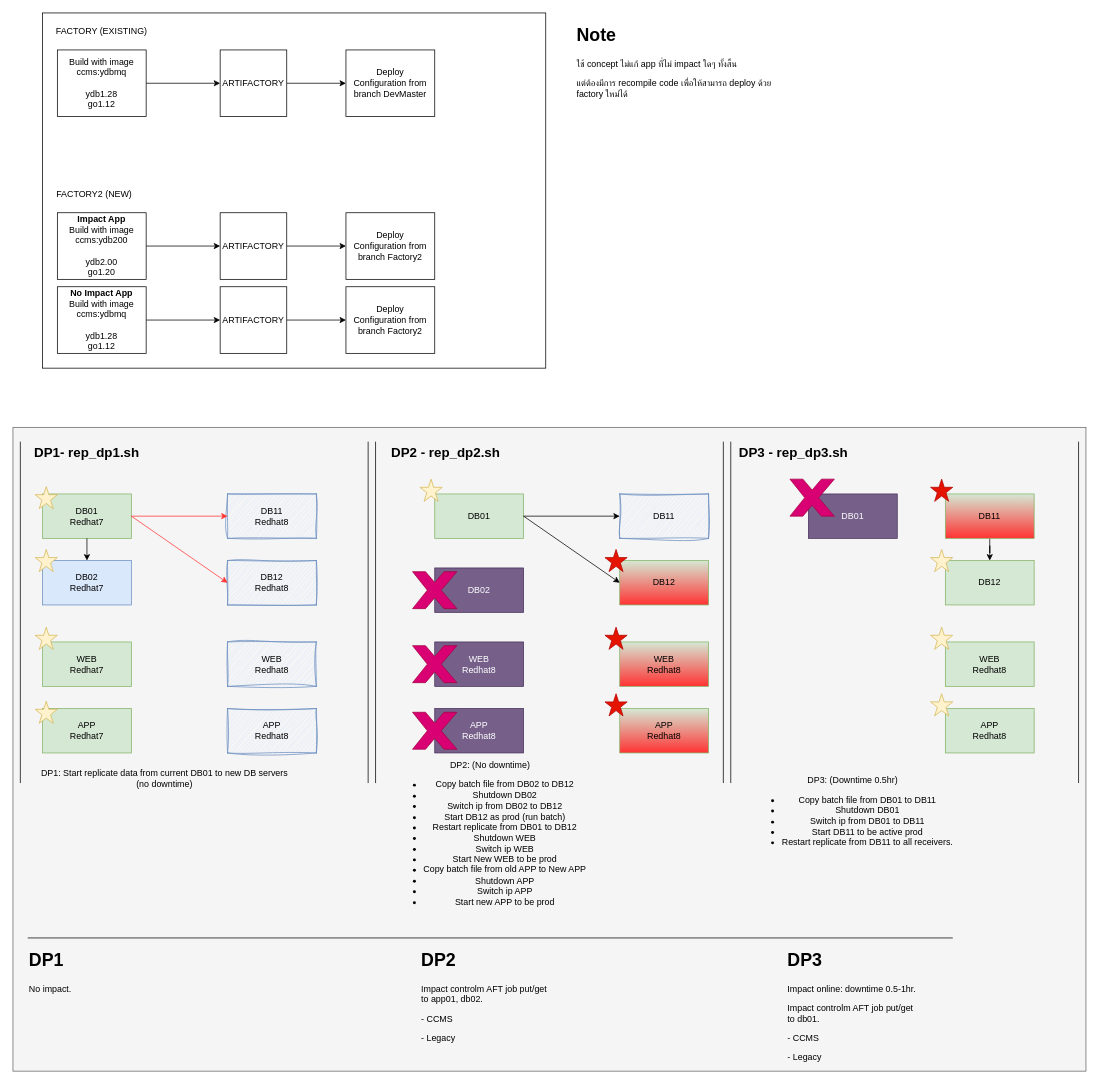
Before: page "EOS LINUX" (3 of 5) of CCMS_Project.drawio in chawaratr/drawio, a draw.io diagram. Source tidied: cells renumbered, new cells numbered last; positions are measured from the earlier drawing's top-left corner, leaving out a move shared by most shapes. Both pictures are drawn from the tidied source at 74%, with x=0, y=0 at pixel (13, 13).
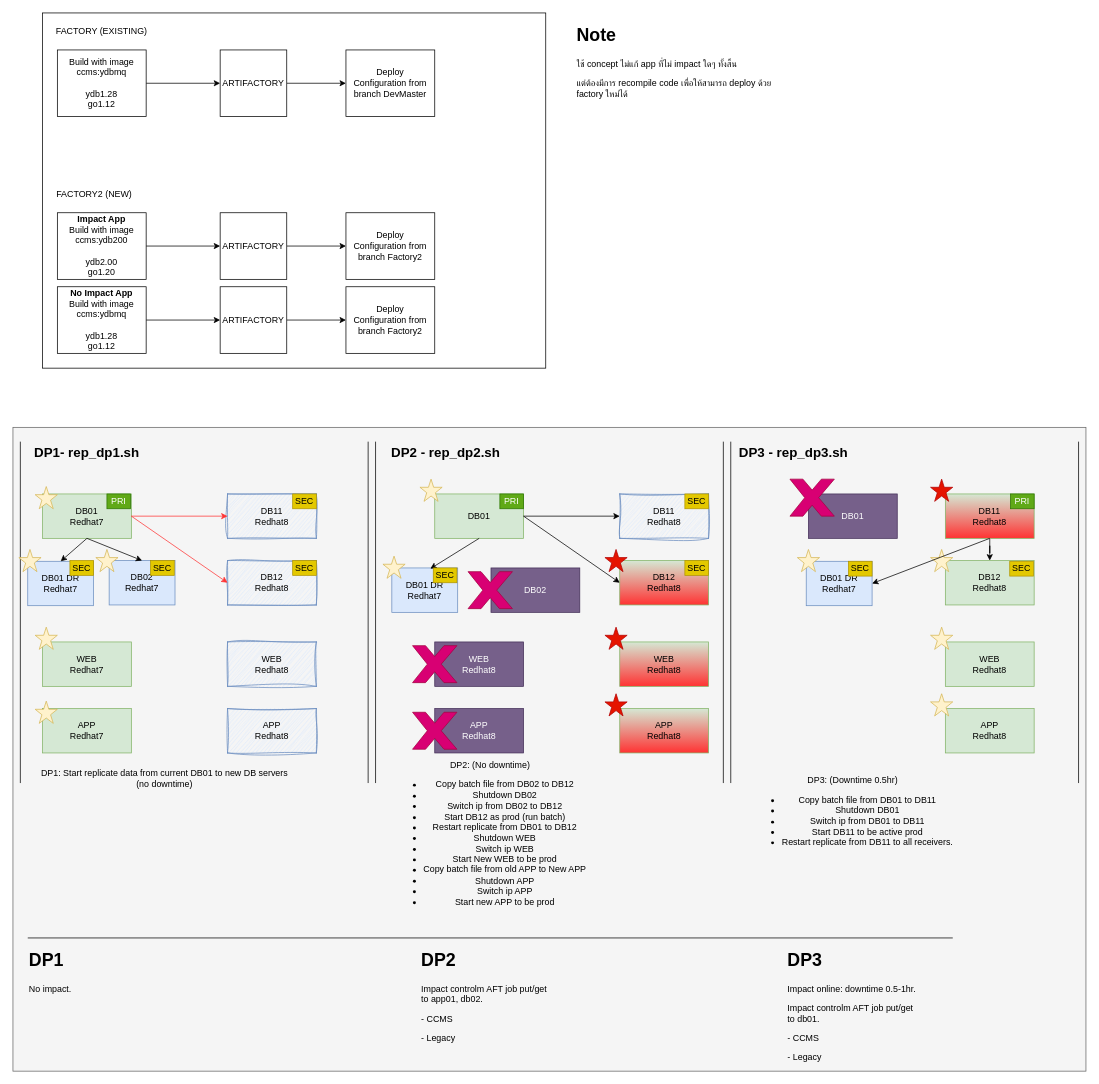
After the change.

Commit message:
add PRI SEC

The change refers to these unchanged cells:
```xml
<mxCell id="25" value="DB01&lt;div&gt;Redhat7&lt;/div&gt;" style="rounded=0;whiteSpace=wrap;html=1;fillColor=#d5e8d4;strokeColor=#82b366;" parent="1" vertex="1">
  <mxGeometry x="40" y="650" width="120" height="60" as="geometry" />
</mxCell>
<mxCell id="32" value="DB01" style="rounded=0;whiteSpace=wrap;html=1;fillColor=#d5e8d4;strokeColor=#82b366;" parent="1" vertex="1">
  <mxGeometry x="570" y="650" width="120" height="60" as="geometry" />
</mxCell>
```

What changed in the source:
```diff
@@
     <mxCell id="26" value="DB02&lt;div&gt;Redhat7&lt;/div&gt;" style="rounded=0;whiteSpace=wrap;html=1;fillColor=#dae8fc;strokeColor=#6c8ebf;" parent="1" vertex="1">
-      <mxGeometry x="40" y="740" width="120" height="60" as="geometry" />
+      <mxGeometry x="130" y="740" width="89" height="60" as="geometry" />
     </mxCell>
@@
-    <mxCell id="33" value="DB11" style="rounded=0;whiteSpace=wrap;html=1;fillColor=#dae8fc;strokeColor=#6c8ebf;sketch=1;curveFitting=1;jiggle=2;" parent="1" vertex="1">
+    <mxCell id="33" value="DB11&lt;div&gt;Redhat8&lt;/div&gt;" style="rounded=0;whiteSpace=wrap;html=1;fillColor=#dae8fc;strokeColor=#6c8ebf;sketch=1;curveFitting=1;jiggle=2;" parent="1" vertex="1">
       <mxGeometry x="820" y="650" width="120" height="60" as="geometry" />
     </mxCell>
-    <mxCell id="34" value="DB12" style="rounded=0;whiteSpace=wrap;html=1;fillColor=#d5e8d4;strokeColor=#82b366;gradientColor=#FF3333;" parent="1" vertex="1">
+    <mxCell id="34" value="DB12&lt;div&gt;Redhat8&lt;/div&gt;" style="rounded=0;whiteSpace=wrap;html=1;fillColor=#d5e8d4;strokeColor=#82b366;gradientColor=#FF3333;" parent="1" vertex="1">
       <mxGeometry x="820" y="740" width="120" height="60" as="geometry" />
     </mxCell>
@@
-    <mxCell id="40" value="DB11" style="rounded=0;whiteSpace=wrap;html=1;fillColor=#d5e8d4;strokeColor=#82b366;gradientColor=#FF3333;" parent="1" vertex="1">
+    <mxCell id="40" value="DB11&lt;div&gt;Redhat8&lt;/div&gt;" style="rounded=0;whiteSpace=wrap;html=1;fillColor=#d5e8d4;strokeColor=#82b366;gradientColor=#FF3333;" parent="1" vertex="1">
       <mxGeometry x="1260" y="650" width="120" height="60" as="geometry" />
     </mxCell>
-    <mxCell id="41" value="DB12" style="rounded=0;whiteSpace=wrap;html=1;fillColor=#d5e8d4;strokeColor=#82b366;" parent="1" vertex="1">
+    <mxCell id="41" value="DB12&lt;div&gt;Redhat8&lt;/div&gt;" style="rounded=0;whiteSpace=wrap;html=1;fillColor=#d5e8d4;strokeColor=#82b366;" parent="1" vertex="1">
       <mxGeometry x="1260" y="740" width="120" height="60" as="geometry" />
     </mxCell>
@@
     <mxCell id="45" value="DB02" style="rounded=0;whiteSpace=wrap;html=1;fillColor=#76608a;strokeColor=#432D57;fontColor=#ffffff;" parent="1" vertex="1">
-      <mxGeometry x="570" y="750" width="120" height="60" as="geometry" />
+      <mxGeometry x="646" y="750" width="120" height="60" as="geometry" />
     </mxCell>
     <mxCell id="46" style="verticalLabelPosition=bottom;verticalAlign=top;html=1;shape=mxgraph.basic.x;fillColor=#d80073;strokeColor=#A50040;fontColor=#ffffff;" parent="1" vertex="1">
-      <mxGeometry x="540" y="755" width="60" height="50" as="geometry" />
+      <mxGeometry x="615" y="755" width="60" height="50" as="geometry" />
     </mxCell>
@@
     <mxCell id="50" style="verticalLabelPosition=bottom;verticalAlign=top;html=1;shape=mxgraph.basic.star;fillColor=#fff2cc;strokeColor=#d6b656;" parent="1" vertex="1">
-      <mxGeometry x="30" y="725" width="30" height="30" as="geometry" />
+      <mxGeometry x="112" y="725" width="30" height="30" as="geometry" />
     </mxCell>
@@
+    <mxCell id="78" value="DB01 DR&lt;br&gt;&lt;div&gt;Redhat7&lt;/div&gt;" style="rounded=0;whiteSpace=wrap;html=1;fillColor=#dae8fc;strokeColor=#6c8ebf;" parent="1" vertex="1">
+      <mxGeometry x="20" y="741" width="89" height="60" as="geometry" />
+    </mxCell>
+    <mxCell id="79" style="verticalLabelPosition=bottom;verticalAlign=top;html=1;shape=mxgraph.basic.star;fillColor=#fff2cc;strokeColor=#d6b656;" parent="1" vertex="1">
+      <mxGeometry x="8" y="725" width="30" height="30" as="geometry" />
+    </mxCell>
+    <mxCell id="80" style="endArrow=classic;html=1;rounded=0;exitX=0.5;exitY=1;exitDx=0;exitDy=0;entryX=0.5;entryY=0;entryDx=0;entryDy=0;" parent="1" edge="1" source="25" target="78">
+      <mxGeometry relative="1" as="geometry" />
+    </mxCell>
+    <mxCell id="81" value="DB01 DR&lt;br&gt;&lt;div&gt;Redhat7&lt;/div&gt;" style="rounded=0;whiteSpace=wrap;html=1;fillColor=#dae8fc;strokeColor=#6c8ebf;" parent="1" vertex="1">
+      <mxGeometry x="512" y="750" width="89" height="60" as="geometry" />
+    </mxCell>
+    <mxCell id="82" style="verticalLabelPosition=bottom;verticalAlign=top;html=1;shape=mxgraph.basic.star;fillColor=#fff2cc;strokeColor=#d6b656;" parent="1" vertex="1">
+      <mxGeometry x="500" y="734" width="30" height="30" as="geometry" />
+    </mxCell>
+    <mxCell id="83" style="endArrow=classic;html=1;rounded=0;exitX=0.5;exitY=1;exitDx=0;exitDy=0;entryX=0.5;entryY=0;entryDx=0;entryDy=0;" parent="1" edge="1" source="32">
+      <mxGeometry relative="1" as="geometry">
+        <mxPoint x="564" y="751" as="targetPoint" />
+      </mxGeometry>
+    </mxCell>
+    <mxCell id="84" value="DB01 DR&lt;br&gt;&lt;div&gt;Redhat7&lt;/div&gt;" style="rounded=0;whiteSpace=wrap;html=1;fillColor=#dae8fc;strokeColor=#6c8ebf;" parent="1" vertex="1">
+      <mxGeometry x="1072" y="741" width="89" height="60" as="geometry" />
+    </mxCell>
+    <mxCell id="85" style="verticalLabelPosition=bottom;verticalAlign=top;html=1;shape=mxgraph.basic.star;fillColor=#fff2cc;strokeColor=#d6b656;" parent="1" vertex="1">
+      <mxGeometry x="1060" y="725" width="30" height="30" as="geometry" />
+    </mxCell>
+    <mxCell id="86" style="endArrow=classic;html=1;rounded=0;entryX=1;entryY=0.5;entryDx=0;entryDy=0;" parent="1" edge="1" target="84">
+      <mxGeometry relative="1" as="geometry">
+        <mxPoint x="1320" y="710" as="sourcePoint" />
+      </mxGeometry>
+    </mxCell>
+    <mxCell id="87" value="PRI" style="rounded=0;whiteSpace=wrap;html=1;fillColor=#60a917;fontColor=#ffffff;strokeColor=#2D7600;" parent="1" vertex="1">
+      <mxGeometry x="127" y="650" width="32" height="20" as="geometry" />
+    </mxCell>
+    <mxCell id="88" value="SEC" style="rounded=0;whiteSpace=wrap;html=1;fillColor=#e3c800;fontColor=#000000;strokeColor=#B09500;" parent="1" vertex="1">
+      <mxGeometry x="378" y="650" width="32" height="20" as="geometry" />
+    </mxCell>
+    <mxCell id="89" value="SEC" style="rounded=0;whiteSpace=wrap;html=1;fillColor=#e3c800;fontColor=#000000;strokeColor=#B09500;" parent="1" vertex="1">
+      <mxGeometry x="378" y="740" width="32" height="20" as="geometry" />
+    </mxCell>
+    <mxCell id="90" value="PRI" style="rounded=0;whiteSpace=wrap;html=1;fillColor=#60a917;fontColor=#ffffff;strokeColor=#2D7600;" parent="1" vertex="1">
+      <mxGeometry x="658" y="650" width="32" height="20" as="geometry" />
+    </mxCell>
+    <mxCell id="91" value="SEC" style="rounded=0;whiteSpace=wrap;html=1;fillColor=#e3c800;fontColor=#000000;strokeColor=#B09500;" parent="1" vertex="1">
+      <mxGeometry x="77" y="740" width="32" height="20" as="geometry" />
+    </mxCell>
+    <mxCell id="92" value="SEC" style="rounded=0;whiteSpace=wrap;html=1;fillColor=#e3c800;fontColor=#000000;strokeColor=#B09500;" parent="1" vertex="1">
+      <mxGeometry x="186" y="740" width="32" height="20" as="geometry" />
+    </mxCell>
+    <mxCell id="93" value="SEC" style="rounded=0;whiteSpace=wrap;html=1;fillColor=#e3c800;fontColor=#000000;strokeColor=#B09500;" parent="1" vertex="1">
+      <mxGeometry x="568" y="750" width="32" height="20" as="geometry" />
+    </mxCell>
+    <mxCell id="94" value="SEC" style="rounded=0;whiteSpace=wrap;html=1;fillColor=#e3c800;fontColor=#000000;strokeColor=#B09500;" parent="1" vertex="1">
+      <mxGeometry x="908" y="650" width="32" height="20" as="geometry" />
+    </mxCell>
+    <mxCell id="95" value="SEC" style="rounded=0;whiteSpace=wrap;html=1;fillColor=#e3c800;fontColor=#000000;strokeColor=#B09500;" parent="1" vertex="1">
+      <mxGeometry x="908" y="740" width="32" height="20" as="geometry" />
+    </mxCell>
+    <mxCell id="96" value="PRI" style="rounded=0;whiteSpace=wrap;html=1;fillColor=#60a917;fontColor=#ffffff;strokeColor=#2D7600;" parent="1" vertex="1">
+      <mxGeometry x="1348" y="650" width="32" height="20" as="geometry" />
+    </mxCell>
+    <mxCell id="97" value="SEC" style="rounded=0;whiteSpace=wrap;html=1;fillColor=#e3c800;fontColor=#000000;strokeColor=#B09500;" parent="1" vertex="1">
+      <mxGeometry x="1347" y="741" width="32" height="20" as="geometry" />
+    </mxCell>
+    <mxCell id="98" value="SEC" style="rounded=0;whiteSpace=wrap;html=1;fillColor=#e3c800;fontColor=#000000;strokeColor=#B09500;" parent="1" vertex="1">
+      <mxGeometry x="1129" y="741" width="32" height="20" as="geometry" />
+    </mxCell>
```
